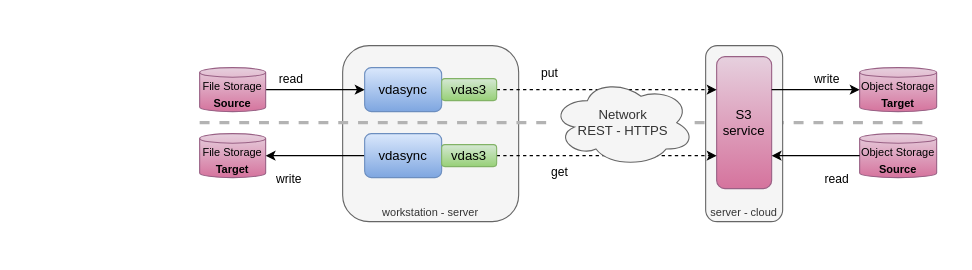
This is page "encryptl" (7 of 11) of docs/images/vdasync.drawio from t-beigbeder/vdasync, a draw.io file, before an edit. Source tidied: cells renumbered, new cells numbered last; positions are measured from the earlier drawing's top-left corner, leaving out a move shared by most shapes. Both pictures are drawn from the tidied source at 110%, with x=0, y=0 at pixel (199, 45).
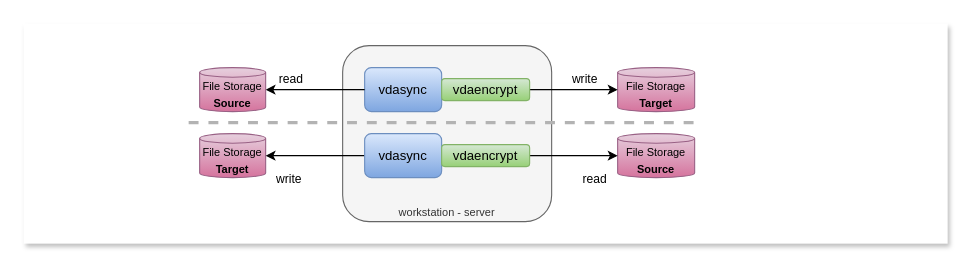
The same diagram, later.

Unchanged cells that the change refers to:
```xml
<mxCell id="5" value="vdasync" style="rounded=1;whiteSpace=wrap;html=1;fillColor=#dae8fc;strokeColor=#6c8ebf;gradientColor=#7ea6e0;" parent="1" vertex="1">
  <mxGeometry x="150" y="20" width="70" height="40" as="geometry" />
</mxCell>
<mxCell id="7" value="&lt;font style=&quot;font-size: 10px;&quot;&gt;File Storage&lt;/font&gt;&lt;div&gt;&lt;font style=&quot;font-size: 10px;&quot;&gt;&lt;b&gt;Source&lt;/b&gt;&lt;/font&gt;&lt;/div&gt;" style="shape=cylinder3;whiteSpace=wrap;html=1;boundedLbl=1;backgroundOutline=1;size=4.3333333333334;fillColor=#e6d0de;strokeColor=#996185;gradientColor=#d5739d;" parent="1" vertex="1">
  <mxGeometry y="20" width="60" height="40" as="geometry" />
</mxCell>
```

The edit, as a diff of the source:
```diff
@@
-    <mxCell id="2" style="endArrow=none;html=1;rounded=0;dashed=1;strokeColor=#B3B3B3;strokeWidth=3;" parent="1" edge="1" source="21">
-      <mxGeometry relative="1" as="geometry">
-        <mxPoint x="660" y="70" as="targetPoint" />
-      </mxGeometry>
-    </mxCell>
+    <mxCell id="22" style="rounded=0;whiteSpace=wrap;html=1;shadow=1;glass=0;strokeColor=none;" parent="1" vertex="1">
+      <mxGeometry x="-160" y="-20" width="840" height="200" as="geometry" />
+    </mxCell>
     <mxCell id="3" value="workstation - server" style="rounded=1;whiteSpace=wrap;html=1;verticalAlign=bottom;fillColor=#f5f5f5;fontColor=#333333;strokeColor=#666666;fontSize=10;" parent="1" vertex="1">
-      <mxGeometry x="130" width="160" height="160" as="geometry" />
+      <mxGeometry x="130" width="190" height="160" as="geometry" />
     </mxCell>
-    <mxCell id="4" value="server - cloud" style="rounded=1;whiteSpace=wrap;html=1;verticalAlign=bottom;fillColor=#f5f5f5;fontColor=#333333;strokeColor=#666666;fontSize=10;" parent="1" vertex="1">
-      <mxGeometry x="460" width="70" height="160" as="geometry" />
-    </mxCell>
@@
-    <mxCell id="6" value="read" style="endArrow=classic;html=1;rounded=0;entryX=0;entryY=0.5;entryDx=0;entryDy=0;exitX=1;exitY=0.5;exitDx=0;exitDy=0;exitPerimeter=0;" parent="1" edge="1" source="7" target="5">
-      <mxGeometry x="-0.5" y="10" relative="1" as="geometry" />
+    <mxCell id="6" value="read" style="endArrow=none;html=1;rounded=0;entryX=0;entryY=0.5;entryDx=0;entryDy=0;exitX=1;exitY=0.5;exitDx=0;exitDy=0;exitPerimeter=0;startArrow=classic;startFill=1;endFill=0;" parent="1" edge="1" source="7" target="5">
+      <mxGeometry x="-0.49" y="10" relative="1" as="geometry" />
     </mxCell>
@@
-    <mxCell id="10" value="S3 service" style="rounded=1;whiteSpace=wrap;html=1;fillColor=#e6d0de;strokeColor=#996185;gradientColor=#d5739d;" parent="1" vertex="1">
-      <mxGeometry x="470" y="10" width="50" height="120" as="geometry" />
-    </mxCell>
-    <mxCell id="11" value="put" style="endArrow=classic;html=1;rounded=0;exitX=1;exitY=0.5;exitDx=0;exitDy=0;entryX=0;entryY=0.25;entryDx=0;entryDy=0;dashed=1;" parent="1" edge="1" source="18" target="10">
-      <mxGeometry x="-0.52" y="15" relative="1" as="geometry" />
-    </mxCell>
-    <mxCell id="12" value="&lt;font style=&quot;font-size: 10px;&quot;&gt;Object Storage&lt;/font&gt;&lt;div&gt;&lt;font style=&quot;font-size: 10px;&quot;&gt;&lt;b&gt;Target&lt;/b&gt;&lt;/font&gt;&lt;/div&gt;" style="shape=cylinder3;whiteSpace=wrap;html=1;boundedLbl=1;backgroundOutline=1;size=4.3333333333334;fillColor=#e6d0de;strokeColor=#996185;gradientColor=#d5739d;" parent="1" vertex="1">
-      <mxGeometry x="600" y="20" width="70" height="40" as="geometry" />
+    <mxCell id="12" value="&lt;font style=&quot;font-size: 10px;&quot;&gt;File Storage&lt;/font&gt;&lt;div&gt;&lt;font style=&quot;font-size: 10px;&quot;&gt;&lt;b&gt;Target&lt;/b&gt;&lt;/font&gt;&lt;/div&gt;" style="shape=cylinder3;whiteSpace=wrap;html=1;boundedLbl=1;backgroundOutline=1;size=4.3333333333334;fillColor=#e6d0de;strokeColor=#996185;gradientColor=#d5739d;" parent="1" vertex="1">
+      <mxGeometry x="380" y="20" width="70" height="40" as="geometry" />
     </mxCell>
-    <mxCell id="13" value="&lt;font style=&quot;font-size: 10px;&quot;&gt;Object Storage&lt;/font&gt;&lt;div&gt;&lt;font style=&quot;font-size: 10px;&quot;&gt;&lt;b&gt;Source&lt;/b&gt;&lt;/font&gt;&lt;/div&gt;" style="shape=cylinder3;whiteSpace=wrap;html=1;boundedLbl=1;backgroundOutline=1;size=4.3333333333334;fillColor=#e6d0de;strokeColor=#996185;gradientColor=#d5739d;" parent="1" vertex="1">
-      <mxGeometry x="600" y="80" width="70" height="40" as="geometry" />
+    <mxCell id="13" value="&lt;font style=&quot;font-size: 10px;&quot;&gt;File Storage&lt;/font&gt;&lt;div&gt;&lt;font style=&quot;font-size: 10px;&quot;&gt;&lt;b&gt;Source&lt;/b&gt;&lt;/font&gt;&lt;/div&gt;" style="shape=cylinder3;whiteSpace=wrap;html=1;boundedLbl=1;backgroundOutline=1;size=4.3333333333334;fillColor=#e6d0de;strokeColor=#996185;gradientColor=#d5739d;" parent="1" vertex="1">
+      <mxGeometry x="380" y="80" width="70" height="40" as="geometry" />
     </mxCell>
-    <mxCell id="14" value="write" style="endArrow=classic;html=1;rounded=0;entryX=0;entryY=0.5;entryDx=0;entryDy=0;exitX=1;exitY=0.25;exitDx=0;exitDy=0;entryPerimeter=0;" parent="1" edge="1" source="10" target="12">
+    <mxCell id="14" value="write" style="endArrow=classic;html=1;rounded=0;entryX=0;entryY=0.5;entryDx=0;entryDy=0;exitX=1;exitY=0.5;exitDx=0;exitDy=0;entryPerimeter=0;" parent="1" edge="1" source="18" target="12">
       <mxGeometry x="0.25" y="10" relative="1" as="geometry" />
     </mxCell>
-    <mxCell id="15" value="get" style="endArrow=classic;html=1;rounded=0;exitX=1;exitY=0.5;exitDx=0;exitDy=0;entryX=0;entryY=0.75;entryDx=0;entryDy=0;dashed=1;" parent="1" edge="1" source="19" target="10">
-      <mxGeometry x="-0.43" y="-15" relative="1" as="geometry" />
-    </mxCell>
-    <mxCell id="16" value="read" style="endArrow=classic;html=1;rounded=0;entryX=1;entryY=0.75;entryDx=0;entryDy=0;exitX=0;exitY=0.5;exitDx=0;exitDy=0;exitPerimeter=0;" parent="1" edge="1" source="13" target="10">
+    <mxCell id="16" value="read" style="endArrow=none;html=1;rounded=0;entryX=1;entryY=0.5;entryDx=0;entryDy=0;exitX=0;exitY=0.5;exitDx=0;exitDy=0;exitPerimeter=0;startArrow=classic;startFill=1;endFill=0;" parent="1" edge="1" source="13" target="19">
       <mxGeometry x="-0.47" y="21" relative="1" as="geometry" />
     </mxCell>
@@
-    <mxCell id="18" value="vdas3" style="rounded=1;whiteSpace=wrap;html=1;fillColor=#d5e8d4;strokeColor=#82b366;gradientColor=#97d077;" parent="1" vertex="1">
-      <mxGeometry x="220" y="30" width="50" height="20" as="geometry" />
+    <mxCell id="18" value="vdaencrypt" style="rounded=1;whiteSpace=wrap;html=1;fillColor=#d5e8d4;strokeColor=#82b366;gradientColor=#97d077;" parent="1" vertex="1">
+      <mxGeometry x="220" y="30" width="80" height="20" as="geometry" />
     </mxCell>
-    <mxCell id="19" value="vdas3" style="rounded=1;whiteSpace=wrap;html=1;fillColor=#d5e8d4;strokeColor=#82b366;gradientColor=#97d077;" parent="1" vertex="1">
-      <mxGeometry x="220" y="90" width="50" height="20" as="geometry" />
+    <mxCell id="19" value="vdaencrypt" style="rounded=1;whiteSpace=wrap;html=1;fillColor=#d5e8d4;strokeColor=#82b366;gradientColor=#97d077;" parent="1" vertex="1">
+      <mxGeometry x="220" y="90" width="80" height="20" as="geometry" />
     </mxCell>
-    <mxCell id="20" style="endArrow=none;html=1;rounded=0;dashed=1;strokeColor=#B3B3B3;strokeWidth=3;" parent="1" edge="1" target="21">
+    <mxCell id="20" style="endArrow=none;html=1;rounded=0;dashed=1;strokeColor=#B3B3B3;strokeWidth=3;" parent="1" edge="1">
       <mxGeometry relative="1" as="geometry">
-        <mxPoint y="70" as="sourcePoint" />
+        <mxPoint x="-10" y="70" as="sourcePoint" />
+        <mxPoint x="450" y="70" as="targetPoint" />
       </mxGeometry>
     </mxCell>
-    <mxCell id="21" value="Network&lt;div&gt;REST - HTTPS&lt;/div&gt;" style="ellipse;shape=cloud;whiteSpace=wrap;html=1;fillColor=#f5f5f5;fontColor=#333333;strokeColor=#666666;" parent="1" vertex="1">
-      <mxGeometry x="320" y="30" width="130" height="80" as="geometry" />
-    </mxCell>
```
